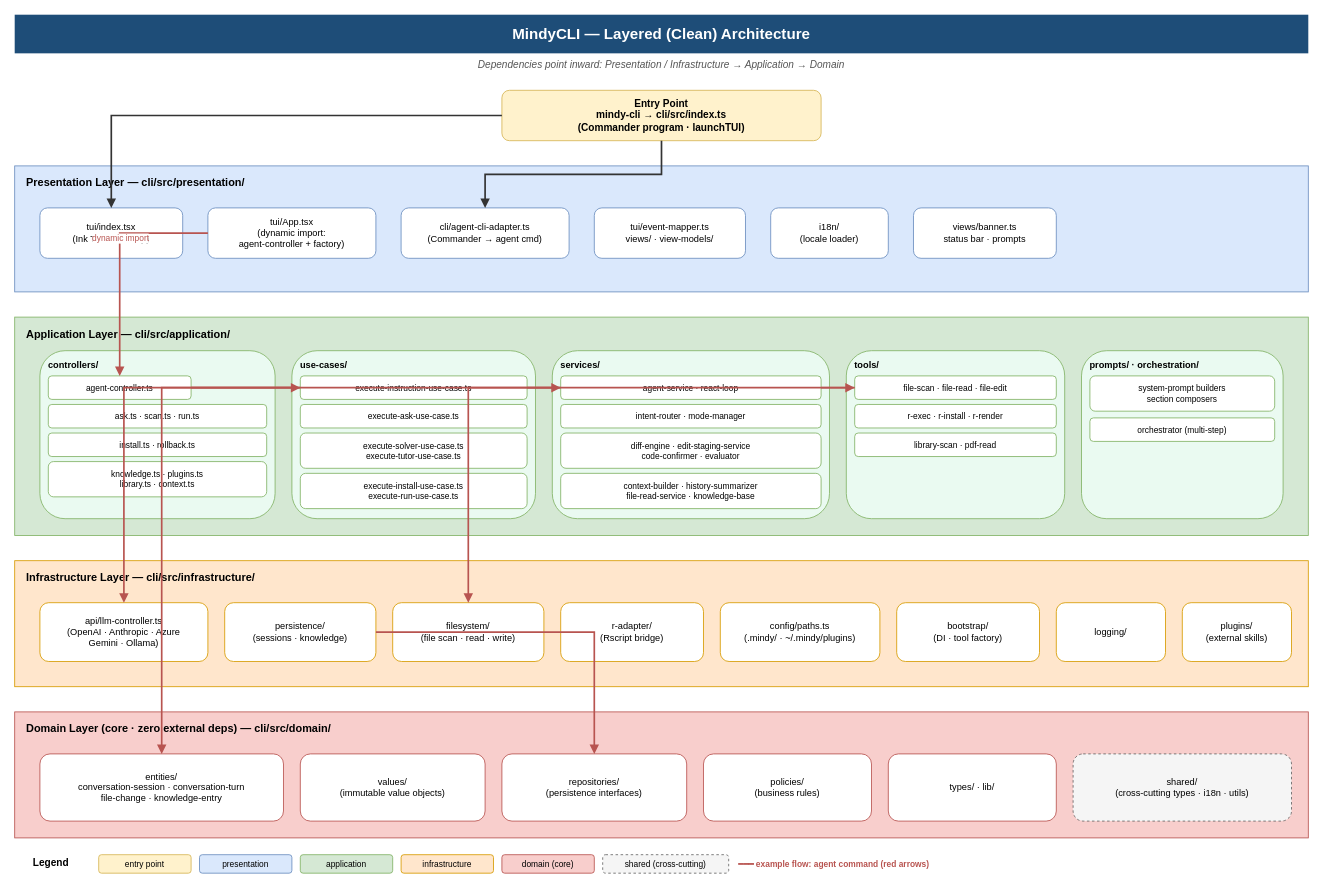
This is plans/layered-architecture.drawio from MING-CHUNLee/MindyRtd-CLI, a draw.io file, before an edit. Source tidied: cells renumbered, new cells numbered last; positions are measured from the earlier drawing's top-left corner, leaving out a move shared by most shapes. Both pictures are drawn from the tidied source at 84%, with x=0, y=0 at pixel (14, 14).
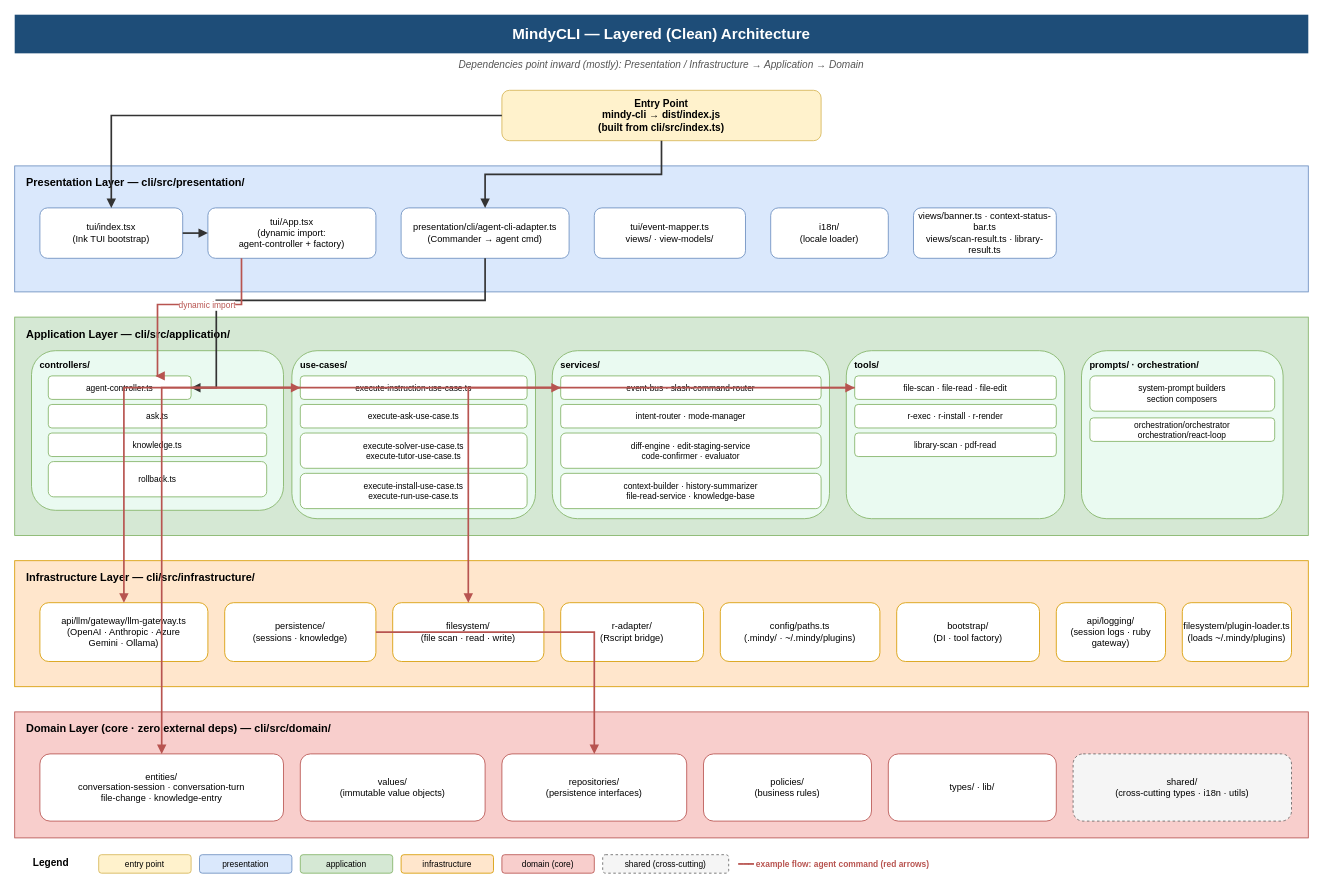
The same page after the edit.

Commit message (it also covers changes not shown here):
docs(plans): add CLI/TUI call-flow diagrams

Unchanged cells that the change refers to:
```xml
<mxCell id="6" value="tui/index.tsx&#10;(Ink TUI bootstrap)" style="rounded=1;whiteSpace=wrap;html=1;fillColor=#ffffff;strokeColor=#6c8ebf;fontSize=11;" parent="1" vertex="1">
  <mxGeometry x="30" y="230" width="170" height="60" as="geometry" />
</mxCell>
<mxCell id="7" value="tui/App.tsx&#10;(dynamic import:&#10;agent-controller + factory)" style="rounded=1;whiteSpace=wrap;html=1;fillColor=#ffffff;strokeColor=#6c8ebf;fontSize=11;" parent="1" vertex="1">
  <mxGeometry x="230" y="230" width="200" height="60" as="geometry" />
</mxCell>
<mxCell id="14" value="agent-controller.ts" style="rounded=1;whiteSpace=wrap;html=1;fillColor=#ffffff;strokeColor=#82b366;fontSize=10;" parent="1" vertex="1">
  <mxGeometry x="40" y="430" width="170" height="28" as="geometry" />
</mxCell>
```

Change to the diagram source:
```diff
@@
-    <mxCell id="3" value="Dependencies point inward:  Presentation / Infrastructure → Application → Domain" style="text;html=1;strokeColor=none;fillColor=none;align=center;verticalAlign=middle;whiteSpace=wrap;fontSize=12;fontStyle=2;fontColor=#555555;" parent="1" vertex="1">
+    <mxCell id="3" value="Dependencies point inward (mostly):  Presentation / Infrastructure → Application → Domain" style="text;html=1;strokeColor=none;fillColor=none;align=center;verticalAlign=middle;whiteSpace=wrap;fontSize=12;fontStyle=2;fontColor=#555555;" parent="1" vertex="1">
       <mxGeometry y="48" width="1540" height="24" as="geometry" />
     </mxCell>
-    <mxCell id="4" value="Entry Point&#10;mindy-cli  →  cli/src/index.ts&#10;(Commander program · launchTUI)" style="rounded=1;whiteSpace=wrap;html=1;fillColor=#fff2cc;strokeColor=#d6b656;fontSize=12;fontStyle=1;align=center;" parent="1" vertex="1">
+    <mxCell id="4" value="Entry Point&#10;mindy-cli → dist/index.js&#10;(built from cli/src/index.ts)" style="rounded=1;whiteSpace=wrap;html=1;fillColor=#fff2cc;strokeColor=#d6b656;fontSize=12;fontStyle=1;align=center;" parent="1" vertex="1">
       <mxGeometry x="580" y="90" width="380" height="60" as="geometry" />
     </mxCell>
@@
-    <mxCell id="8" value="cli/agent-cli-adapter.ts&#10;(Commander → agent cmd)" style="rounded=1;whiteSpace=wrap;html=1;fillColor=#ffffff;strokeColor=#6c8ebf;fontSize=11;" parent="1" vertex="1">
+    <mxCell id="8" value="presentation/cli/agent-cli-adapter.ts&#10;(Commander → agent cmd)" style="rounded=1;whiteSpace=wrap;html=1;fillColor=#ffffff;strokeColor=#6c8ebf;fontSize=11;" parent="1" vertex="1">
       <mxGeometry x="460" y="230" width="200" height="60" as="geometry" />
     </mxCell>
@@
-    <mxCell id="11" value="views/banner.ts&#10;status bar · prompts" style="rounded=1;whiteSpace=wrap;html=1;fillColor=#ffffff;strokeColor=#6c8ebf;fontSize=11;" parent="1" vertex="1">
+    <mxCell id="11" value="views/banner.ts · context-status-bar.ts&#10;views/scan-result.ts · library-result.ts" style="rounded=1;whiteSpace=wrap;html=1;fillColor=#ffffff;strokeColor=#6c8ebf;fontSize=11;" parent="1" vertex="1">
       <mxGeometry x="1070" y="230" width="170" height="60" as="geometry" />
     </mxCell>
@@
-    <mxCell id="13" value="controllers/" style="rounded=1;whiteSpace=wrap;html=1;fillColor=#eafaf1;strokeColor=#82b366;fontSize=11;fontStyle=1;verticalAlign=top;align=left;spacingLeft=8;spacingTop=4;" parent="1" vertex="1">
-      <mxGeometry x="30" y="400" width="280" height="200" as="geometry" />
+    <mxCell id="13" value="controllers/" style="rounded=1;whiteSpace=wrap;html=1;fillColor=#eafaf1;strokeColor=#82b366;fontSize=11;fontStyle=1;verticalAlign=top;align=left;spacingLeft=8;spacingTop=4;direction=south;" parent="1" vertex="1">
+      <mxGeometry x="20" y="400" width="300" height="190" as="geometry" />
     </mxCell>
@@
-    <mxCell id="15" value="ask.ts · scan.ts · run.ts" style="rounded=1;whiteSpace=wrap;html=1;fillColor=#ffffff;strokeColor=#82b366;fontSize=10;" parent="1" vertex="1">
+    <mxCell id="15" value="ask.ts" style="rounded=1;whiteSpace=wrap;html=1;fillColor=#ffffff;strokeColor=#82b366;fontSize=10;" parent="1" vertex="1">
       <mxGeometry x="40" y="464" width="260" height="28" as="geometry" />
     </mxCell>
-    <mxCell id="16" value="install.ts · rollback.ts" style="rounded=1;whiteSpace=wrap;html=1;fillColor=#ffffff;strokeColor=#82b366;fontSize=10;" parent="1" vertex="1">
+    <mxCell id="16" value="knowledge.ts" style="rounded=1;whiteSpace=wrap;html=1;fillColor=#ffffff;strokeColor=#82b366;fontSize=10;" parent="1" vertex="1">
       <mxGeometry x="40" y="498" width="260" height="28" as="geometry" />
     </mxCell>
-    <mxCell id="17" value="knowledge.ts · plugins.ts&#10;library.ts · context.ts" style="rounded=1;whiteSpace=wrap;html=1;fillColor=#ffffff;strokeColor=#82b366;fontSize=10;" parent="1" vertex="1">
+    <mxCell id="17" value="rollback.ts" style="rounded=1;whiteSpace=wrap;html=1;fillColor=#ffffff;strokeColor=#82b366;fontSize=10;" parent="1" vertex="1">
       <mxGeometry x="40" y="532" width="260" height="42" as="geometry" />
     </mxCell>
@@
-    <mxCell id="24" value="agent-service · react-loop" style="rounded=1;whiteSpace=wrap;html=1;fillColor=#ffffff;strokeColor=#82b366;fontSize=10;" parent="1" vertex="1">
+    <mxCell id="24" value="event-bus · slash-command-router" style="rounded=1;whiteSpace=wrap;html=1;fillColor=#ffffff;strokeColor=#82b366;fontSize=10;" parent="1" vertex="1">
       <mxGeometry x="650" y="430" width="310" height="28" as="geometry" />
     </mxCell>
@@
-    <mxCell id="34" value="orchestrator (multi-step)" style="rounded=1;whiteSpace=wrap;html=1;fillColor=#ffffff;strokeColor=#82b366;fontSize=10;" parent="1" vertex="1">
+    <mxCell id="34" value="orchestration/orchestrator&#10;orchestration/react-loop" style="rounded=1;whiteSpace=wrap;html=1;fillColor=#ffffff;strokeColor=#82b366;fontSize=10;" parent="1" vertex="1">
       <mxGeometry x="1280" y="480" width="220" height="28" as="geometry" />
     </mxCell>
@@
-    <mxCell id="36" value="api/llm-controller.ts&#10;(OpenAI · Anthropic · Azure&#10;Gemini · Ollama)" style="rounded=1;whiteSpace=wrap;html=1;fillColor=#ffffff;strokeColor=#d79b00;fontSize=11;" parent="1" vertex="1">
+    <mxCell id="36" value="api/llm/gateway/llm-gateway.ts&#10;(OpenAI · Anthropic · Azure&#10;Gemini · Ollama)" style="rounded=1;whiteSpace=wrap;html=1;fillColor=#ffffff;strokeColor=#d79b00;fontSize=11;" parent="1" vertex="1">
       <mxGeometry x="30" y="700" width="200" height="70" as="geometry" />
     </mxCell>
@@
-    <mxCell id="42" value="logging/" style="rounded=1;whiteSpace=wrap;html=1;fillColor=#ffffff;strokeColor=#d79b00;fontSize=11;" parent="1" vertex="1">
+    <mxCell id="42" value="api/logging/&#10;(session logs · ruby gateway)" style="rounded=1;whiteSpace=wrap;html=1;fillColor=#ffffff;strokeColor=#d79b00;fontSize=11;" parent="1" vertex="1">
       <mxGeometry x="1240" y="700" width="130" height="70" as="geometry" />
     </mxCell>
-    <mxCell id="43" value="plugins/&#10;(external skills)" style="rounded=1;whiteSpace=wrap;html=1;fillColor=#ffffff;strokeColor=#d79b00;fontSize=11;" parent="1" vertex="1">
+    <mxCell id="43" value="filesystem/plugin-loader.ts&#10;(loads ~/.mindy/plugins)" style="rounded=1;whiteSpace=wrap;html=1;fillColor=#ffffff;strokeColor=#d79b00;fontSize=11;" parent="1" vertex="1">
       <mxGeometry x="1390" y="700" width="130" height="70" as="geometry" />
     </mxCell>
@@
+    <mxCell id="70" style="edgeStyle=orthogonalEdgeStyle;rounded=0;html=1;endArrow=block;endFill=1;strokeColor=#333333;strokeWidth=2;" parent="1" edge="1" source="6" target="7">
+      <mxGeometry relative="1" as="geometry" />
+    </mxCell>
+    <mxCell id="71" style="edgeStyle=orthogonalEdgeStyle;rounded=0;html=1;endArrow=block;endFill=1;strokeColor=#333333;strokeWidth=2;" parent="1" edge="1" source="8" target="14">
+      <mxGeometry relative="1" as="geometry">
+        <Array as="points">
+          <mxPoint x="560" y="340" />
+          <mxPoint x="240" y="340" />
+          <mxPoint x="240" y="444" />
+        </Array>
+      </mxGeometry>
+    </mxCell>
-    <mxCell id="53" style="edgeStyle=orthogonalEdgeStyle;rounded=0;html=1;endArrow=block;endFill=1;strokeColor=#b85450;strokeWidth=2;dashed=0;" parent="1" edge="1" source="7" target="14">
-      <mxGeometry relative="1" as="geometry" />
+    <mxCell id="53" style="edgeStyle=orthogonalEdgeStyle;rounded=0;html=1;endArrow=block;endFill=1;strokeColor=#b85450;strokeWidth=2;dashed=0;entryX=0.75;entryY=0;entryDx=0;entryDy=0;" parent="1" edge="1" source="7" target="14">
+      <mxGeometry relative="1" as="geometry">
+        <Array as="points">
+          <mxPoint x="270" y="345" />
+          <mxPoint x="170" y="345" />
+          <mxPoint x="170" y="430" />
+        </Array>
+      </mxGeometry>
     </mxCell>
```
